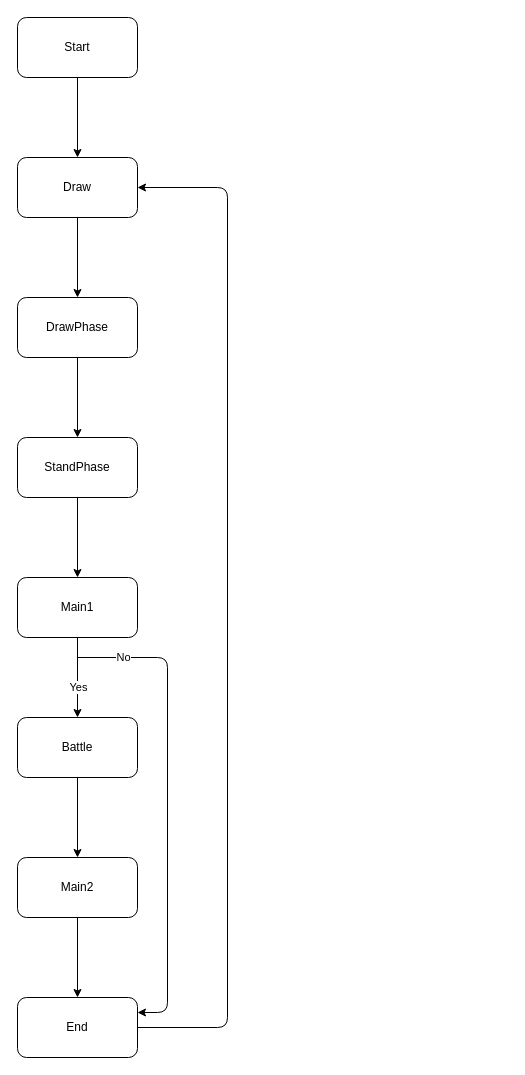
Above: Assets/SystemDesign.drawio in JianMaster/yu-gi-oh_training (draw.io), before the change. Source tidied: cells renumbered, new cells numbered last; positions are measured from the earlier drawing's top-left corner, leaving out a move shared by most shapes. Both pictures are drawn from the tidied source at 100%, with x=0, y=0 at pixel (17, 17).
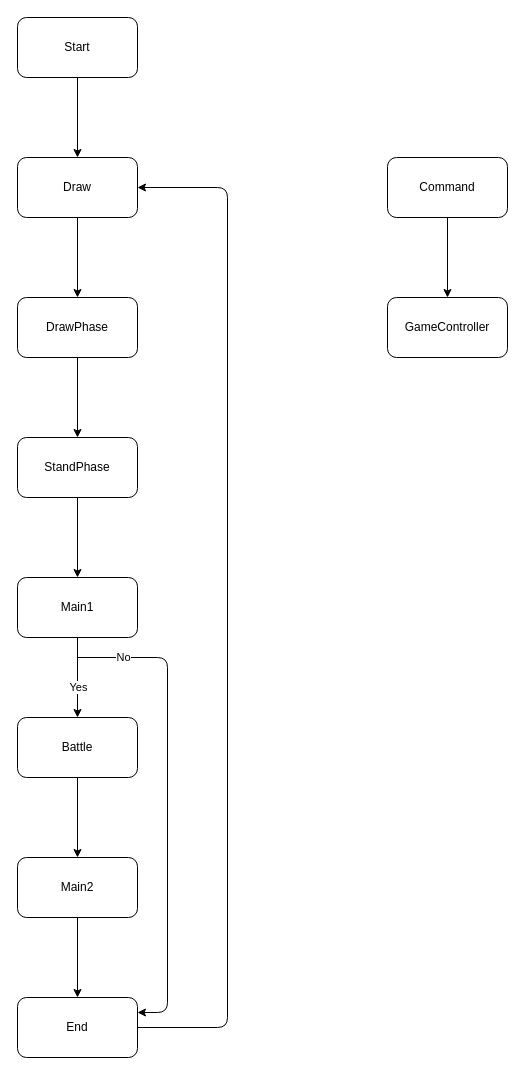
The same diagram, later.

Change to the diagram source:
```diff
@@
+    <mxCell id="21" style="edgeStyle=none;html=1;" parent="1" edge="1" source="22" target="23">
+      <mxGeometry relative="1" as="geometry" />
+    </mxCell>
+    <mxCell id="22" value="Command" style="rounded=1;whiteSpace=wrap;html=1;" parent="1" vertex="1">
+      <mxGeometry x="370" y="140" width="120" height="60" as="geometry" />
+    </mxCell>
+    <mxCell id="23" value="GameController" style="whiteSpace=wrap;html=1;rounded=1;" parent="1" vertex="1">
+      <mxGeometry x="370" y="280" width="120" height="60" as="geometry" />
+    </mxCell>
```
